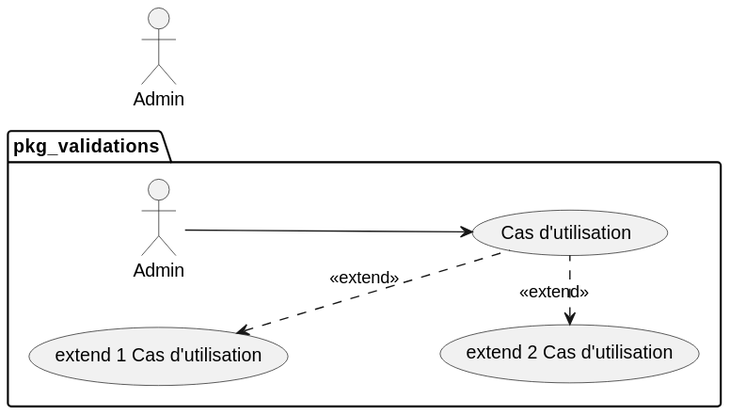
Before: docs/diagrammes/pkg_validations/uses_cases_pkg_validations/uses_cases_pkg_validations.svg, a diagram exported from PlantUML (solicoders/soli-lms).
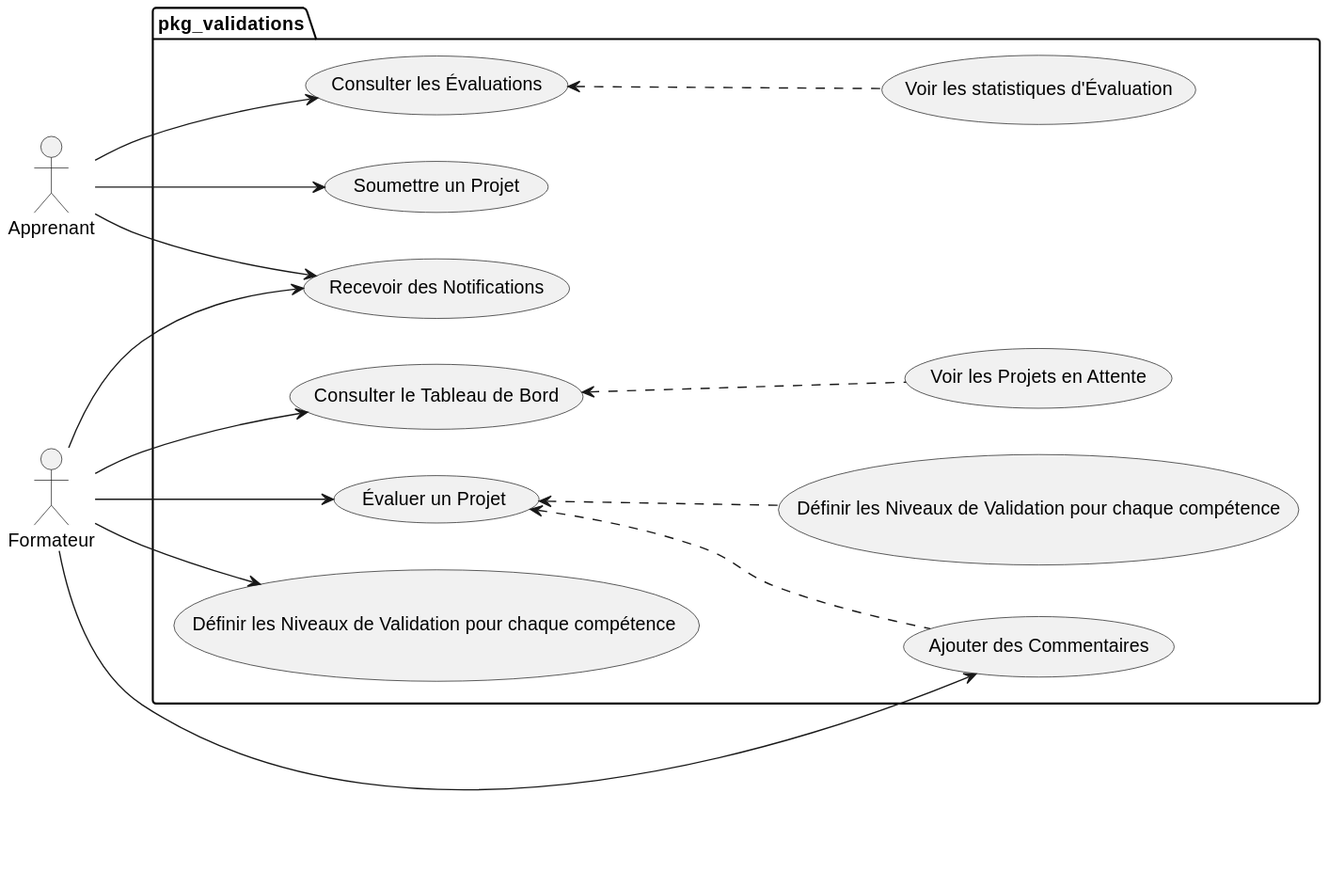
Later version of the same file.

Diff of the diagram source:
```diff
@@ -1,14 +1,24 @@
 @startuml
 left to right direction
-
-
-actor Admin as admin
+actor Formateur
+actor Apprenant
 
 package pkg_validations {
 
-  Admin -->  (Cas d'utilisation)
-  (extend 1 Cas d'utilisation)  <..  (Cas d'utilisation)  : <<extend>>
-  (extend 2 Cas d'utilisation)  <.  (Cas d'utilisation)  : <<extend>>
+  Formateur --> (Évaluer un Projet)
+  Formateur --> (Ajouter des Commentaires)
+  Formateur --> (Définir les Niveaux de Validation pour chaque compétence )
+  Formateur --> (Consulter le Tableau de Bord)
+  Formateur --> (Recevoir des Notifications)
+
+  Apprenant --> (Soumettre un Projet)
+  Apprenant --> (Consulter les Évaluations)
+  Apprenant --> (Recevoir des Notifications)
+
+  (Évaluer un Projet) <.. (Définir les Niveaux de Validation pour chaque compétence)
+  (Évaluer un Projet) <.. (Ajouter des Commentaires)
+  (Consulter les Évaluations) <.. (Voir les statistiques d'Évaluation)
+  (Consulter le Tableau de Bord) <.. (Voir les Projets en Attente)
+
 }
-
 @enduml
```
